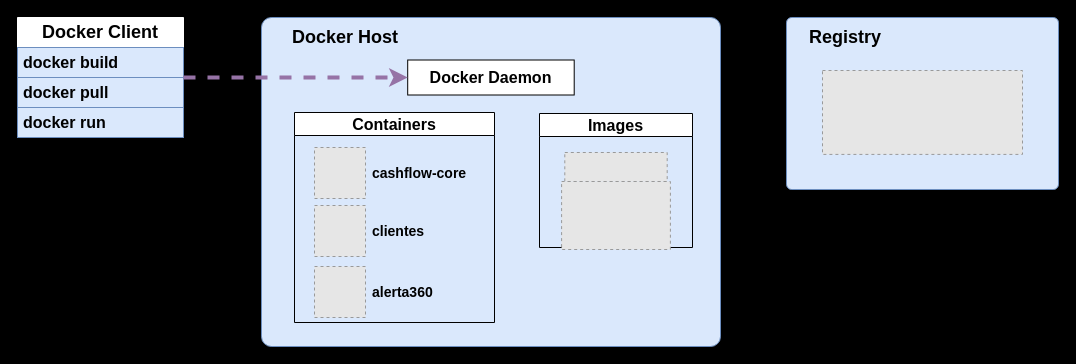
The draw.io diagram drawio/Untitled Diagram.drawio in francotel/docker-logging-onprem-poc, before the edit. Source tidied: cells renumbered, new cells numbered last; positions are measured from the earlier drawing's top-left corner, leaving out a move shared by most shapes. Both pictures are drawn from the tidied source at 100%, with x=0, y=0 at pixel (17, 17). Pictures stored in the file or linked from it are replaced by grey dashed boxes.
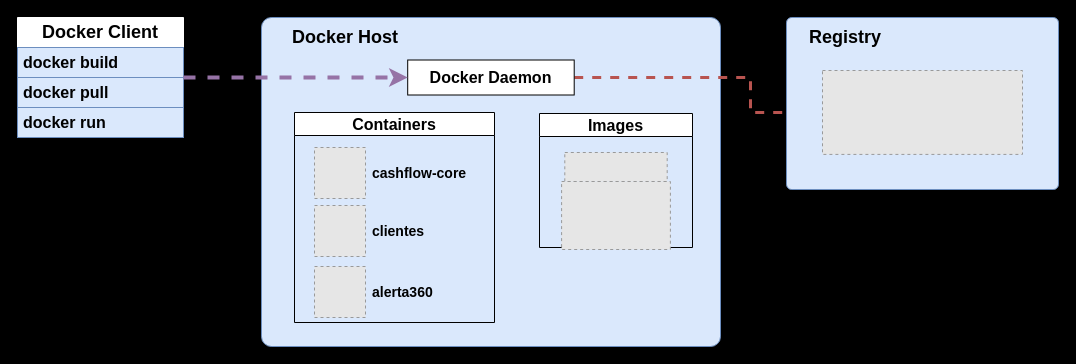
Above is the later version.

Unchanged cells that the change refers to:
```xml
<mxCell id="12" value="&lt;font style=&quot;font-size: 16px;&quot;&gt;&lt;b&gt;Docker Daemon&lt;/b&gt;&lt;/font&gt;" style="rounded=0;whiteSpace=wrap;html=1;" parent="1" vertex="1">
  <mxGeometry x="390.2" y="42.5" width="166.5" height="35" as="geometry" />
</mxCell>
<mxCell id="21" style="fillColor=#E6E6E6;strokeColor=#999999;dashed=1;verticalLabelPosition=bottom;labelBackgroundColor=default;verticalAlign=top;" parent="18" vertex="1">
  <mxGeometry x="36" y="53" width="200" height="83.9" as="geometry" />
</mxCell>
```

Change to the diagram source:
```diff
@@
+    <mxCell id="23" style="edgeStyle=orthogonalEdgeStyle;rounded=0;jettySize=auto;html=1;endArrow=none;endFill=0;strokeWidth=3;fillColor=#f8cecc;strokeColor=#b85450;dashed=1;" parent="1" edge="1" source="12" target="21">
+      <mxGeometry relative="1" as="geometry">
+        <Array as="points">
+          <mxPoint x="733" y="60" />
+          <mxPoint x="733" y="95" />
+        </Array>
+      </mxGeometry>
+    </mxCell>
```
